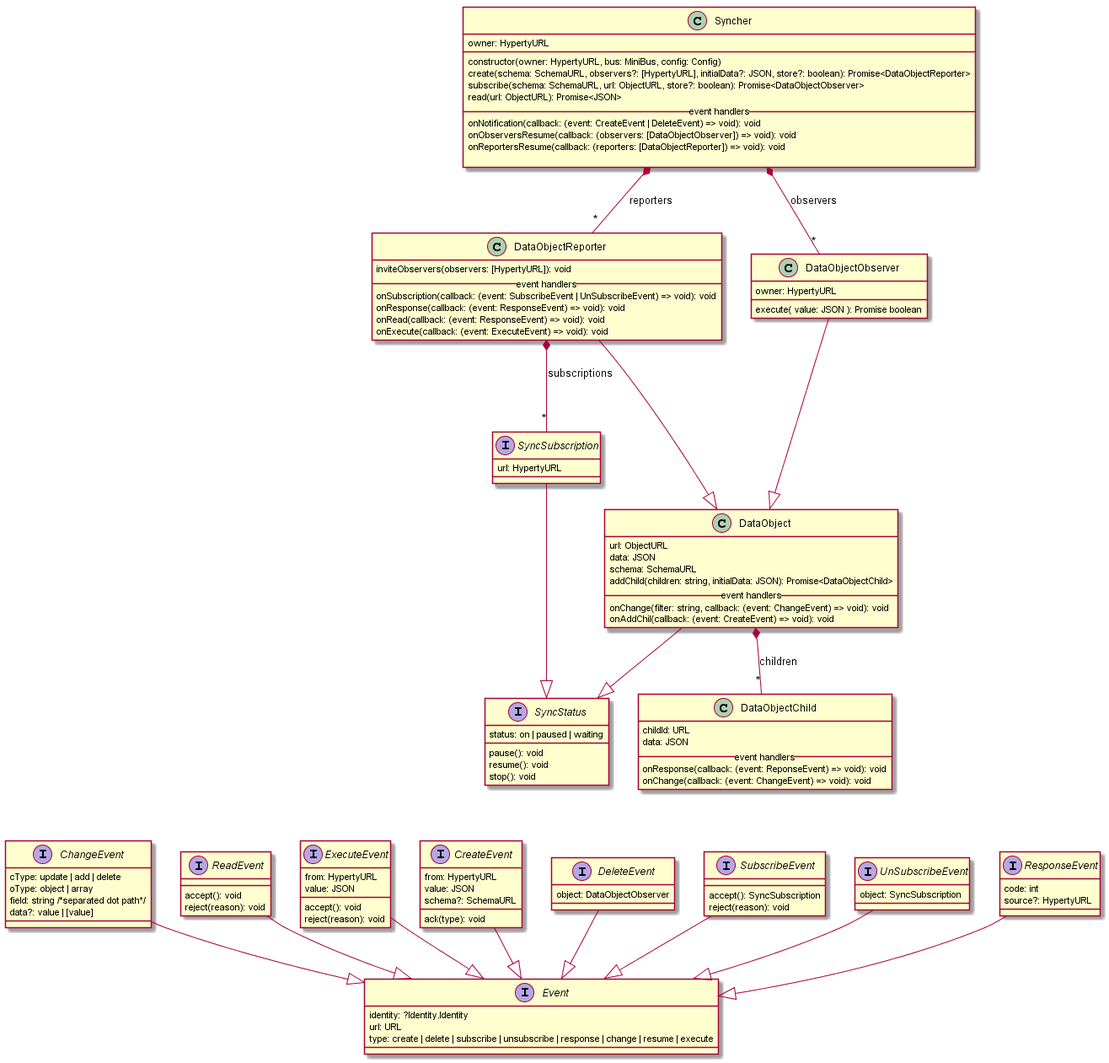
The PlantUML diagram service-framework/SyncherAPI.png in reTHINK-project/specs, before a commit.
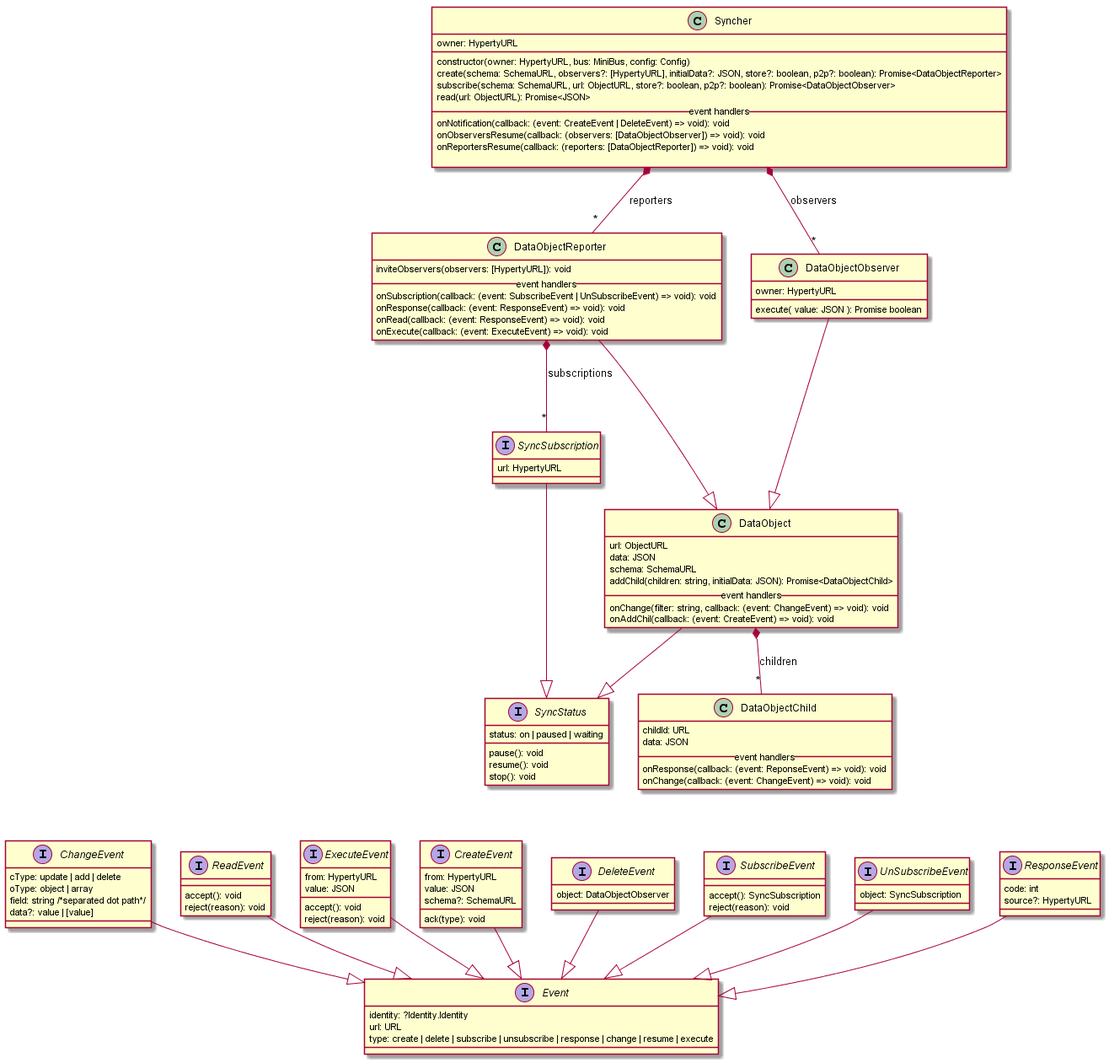
After the commit.

Commit message:
Messages spec update: Added "resume" attribute to "create" and "subscribe" messages to clearly set these messages are used to resume reporters or observers.

Change to the diagram source:
```diff
@@ -15,8 +15,8 @@
   owner: HypertyURL
   __
   constructor(owner: HypertyURL, bus: MiniBus, config: Config)
-  create(schema: SchemaURL, observers?: [HypertyURL], initialData?: JSON, store?: boolean): Promise<DataObjectReporter>
-  subscribe(schema: SchemaURL, url: ObjectURL, store?: boolean): Promise<DataObjectObserver>
+  create(schema: SchemaURL, observers?: [HypertyURL], initialData?: JSON, store?: boolean, p2p?: boolean): Promise<DataObjectReporter>
+  subscribe(schema: SchemaURL, url: ObjectURL, store?: boolean, p2p?: boolean): Promise<DataObjectObserver>
   read(url: ObjectURL): Promise<JSON>
   __ event handlers __
   onNotification(callback: (event: CreateEvent | DeleteEvent) => void): void
```
